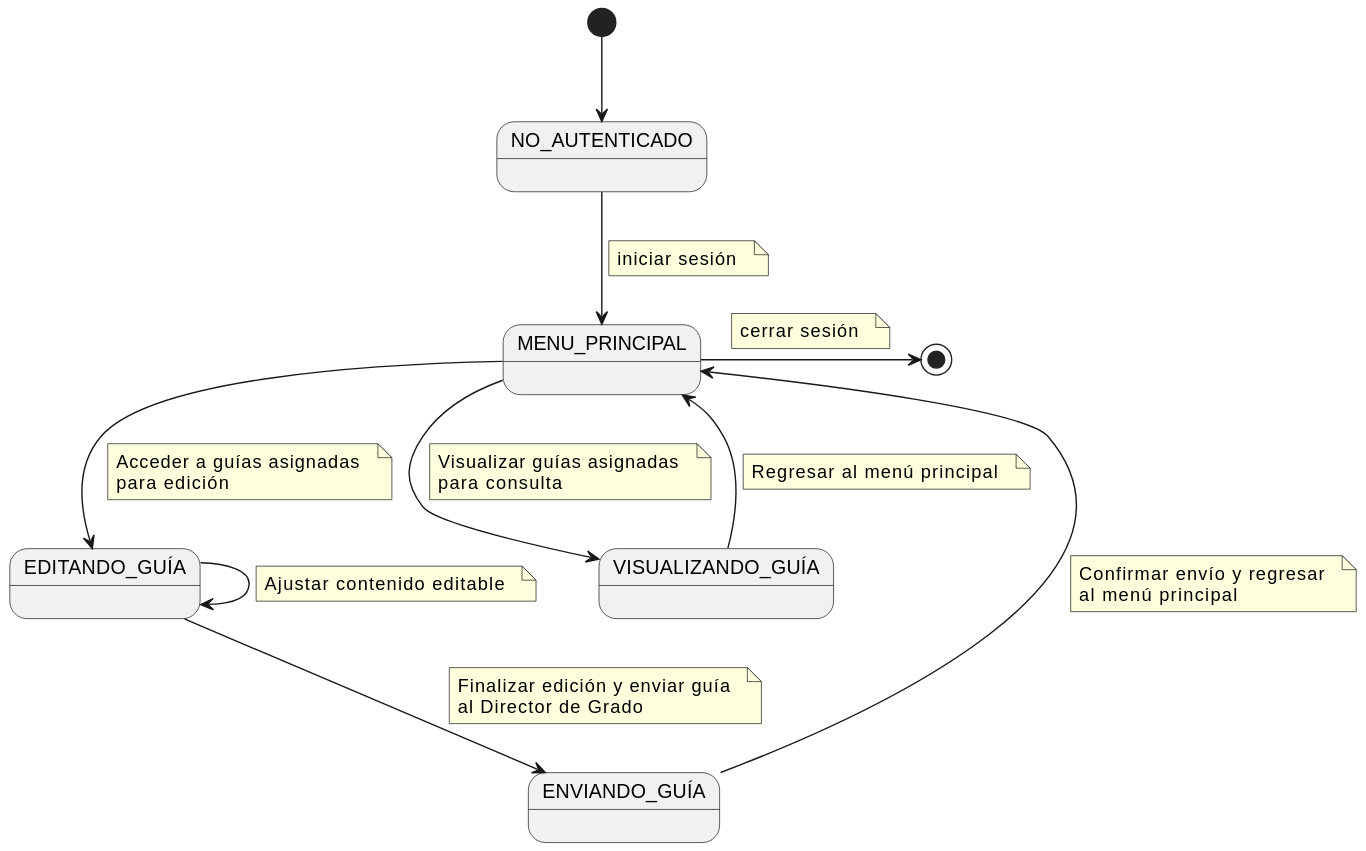
Before: images/modelosUML/DiagramasContexto/DiagramaDeContextoProfesor.svg, a diagram exported from PlantUML (mmasias/24-25-IdSw1-SDR).
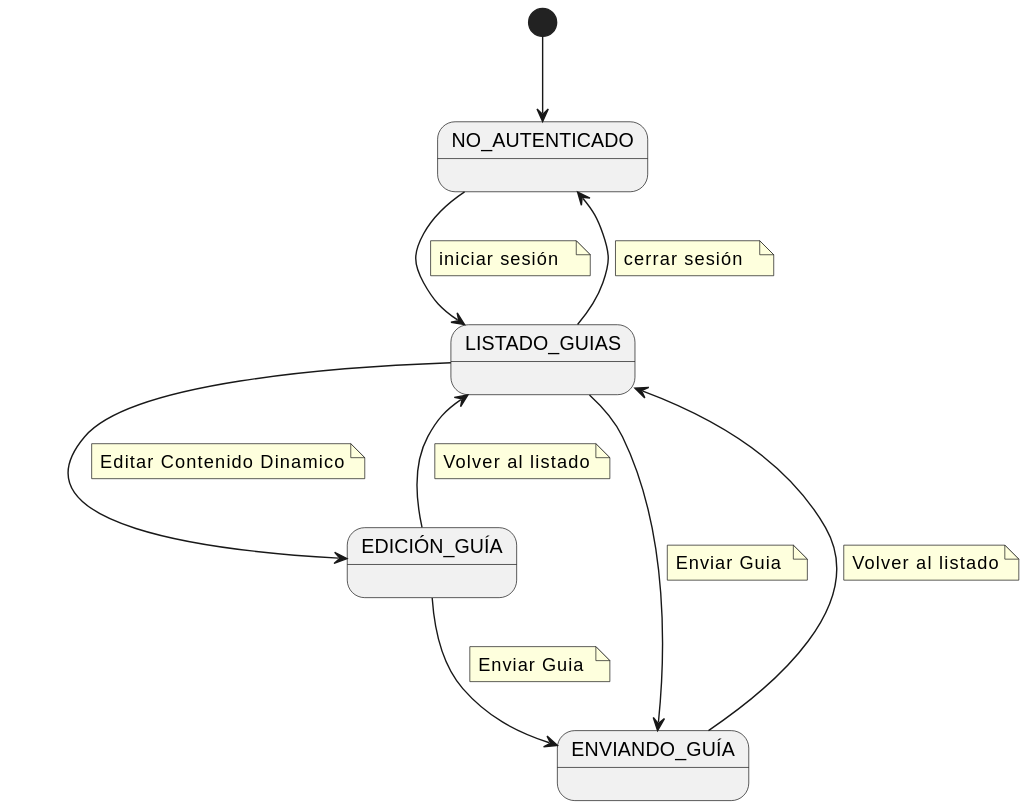
After the commit.

Commit message:
diagrama de contexto-Profesor y tecnico de calidad

What changed in the source:
```diff
@@ -1,53 +1,43 @@
 @startuml
 state "NO_AUTENTICADO" as NoAutenticado
-state "MENU_PRINCIPAL" as MenuPrincipal
-state "EDITANDO_GUÍA" as EditandoGuia
-state "VISUALIZANDO_GUÍA" as VisualizandoGuia
+state "LISTADO_GUIAS" as ListadoGuias
+state "EDICIÓN_GUÍA" as EditandoGuia
 state "ENVIANDO_GUÍA" as EnviandoGuia
 
 [*] --> NoAutenticado
 
-NoAutenticado --> MenuPrincipal
+NoAutenticado --> ListadoGuias
 note on link
         iniciar sesión
     end note
 
-MenuPrincipal -> [*]
+ListadoGuias --> NoAutenticado
     note on link
         cerrar sesión
     end note
 
-MenuPrincipal --> VisualizandoGuia
+ListadoGuias --> EditandoGuia
     note on link
-        Visualizar guías asignadas
-        para consulta
+        Editar Contenido Dinamico
     end note
 
-VisualizandoGuia --> MenuPrincipal
+ListadoGuias --> EnviandoGuia
     note on link
-        Regresar al menú principal
+        Enviar Guia
     end note
 
-MenuPrincipal --> EditandoGuia
+EditandoGuia --> ListadoGuias
     note on link
-        Acceder a guías asignadas
-        para edición
-    end note
-
-EditandoGuia --> EditandoGuia
-    note on link
-        Ajustar contenido editable
+        Volver al listado
     end note
 
 EditandoGuia --> EnviandoGuia
     note on link
-        Finalizar edición y enviar guía
-        al Director de Grado
+        Enviar Guia
     end note
 
-EnviandoGuia --> MenuPrincipal
+EnviandoGuia --> ListadoGuias
     note on link
-        Confirmar envío y regresar
-        al menú principal
+        Volver al listado
     end note
 @enduml
```
